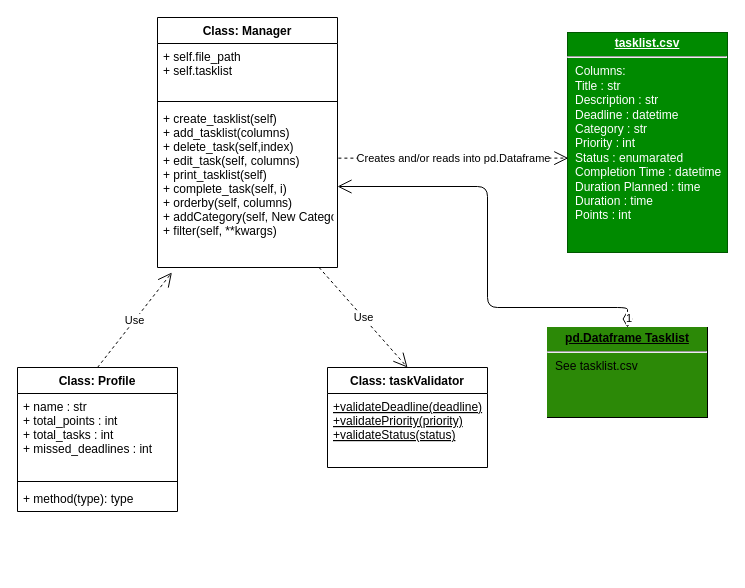
The draw.io diagram UML.drawio in PythonDataScience24/Personal_Task_manager, before the edit. Source tidied: cells renumbered, new cells numbered last; positions are measured from the earlier drawing's top-left corner, leaving out a move shared by most shapes. Both pictures are drawn from the tidied source at 100%, with x=0, y=0 at pixel (17, 17).
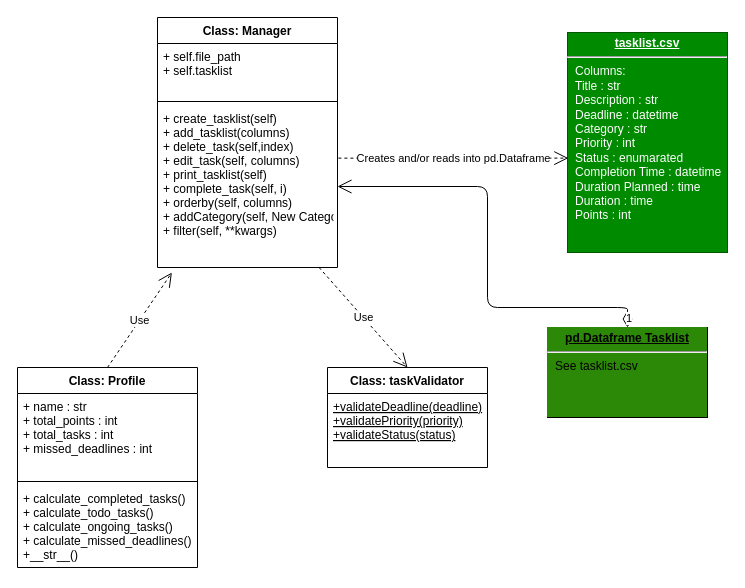
The same diagram, later.

Commit message (it also covers changes not shown here):
new current uml

Diff of the diagram source:
```diff
@@
 <mxGraphModel>
   <root>
     <mxCell id="0" />
     <mxCell id="1" parent="0" />
     <mxCell id="2" value="Class: Manager" style="swimlane;fontStyle=1;align=center;verticalAlign=top;horizontal=1;startSize=26;" parent="1" vertex="1">
       <mxGeometry x="140" width="180" height="250" as="geometry" />
     </mxCell>
     <mxCell id="3" value="+ self.file_path&#10;+ self.tasklist" style="text;strokeColor=none;fillColor=none;align=left;verticalAlign=top;spacingLeft=4;spacingRight=4;overflow=hidden;" parent="2" vertex="1">
       <mxGeometry y="26" width="180" height="54" as="geometry" />
     </mxCell>
     <mxCell id="4" style="line;strokeWidth=1;fillColor=none;align=left;verticalAlign=middle;spacingTop=-1;spacingLeft=3;spacingRight=3;labelPosition=right;strokeColor=inherit;" parent="2" vertex="1">
       <mxGeometry y="80" width="180" height="8" as="geometry" />
     </mxCell>
     <mxCell id="5" value="+ create_tasklist(self)&#10;+ add_tasklist(columns)&#10;+ delete_task(self,index)&#10;+ edit_task(self, columns)&#10;+ print_tasklist(self)&#10;+ complete_task(self, i)&#10;+ orderby(self, columns)&#10;+ addCategory(self, New Category)&#10;+ filter(self, **kwargs)" style="text;align=left;verticalAlign=top;spacingLeft=4;spacingRight=4;overflow=hidden;points=[[0,0.5],[1,0.5]];portConstraint=eastwest;" parent="2" vertex="1">
       <mxGeometry y="88" width="180" height="162" as="geometry" />
     </mxCell>
     <mxCell id="6" value="&lt;p style=&quot;margin:0px;margin-top:4px;text-align:center;text-decoration:underline;&quot;&gt;&lt;b&gt;tasklist.csv&lt;/b&gt;&lt;/p&gt;&lt;hr&gt;&lt;p style=&quot;margin:0px;margin-left:8px;&quot;&gt;Columns:&lt;/p&gt;&lt;p style=&quot;margin:0px;margin-left:8px;&quot;&gt;Title : str&lt;/p&gt;&lt;p style=&quot;margin:0px;margin-left:8px;&quot;&gt;Description : str&lt;/p&gt;&lt;p style=&quot;margin:0px;margin-left:8px;&quot;&gt;Deadline : datetime&lt;/p&gt;&lt;p style=&quot;margin:0px;margin-left:8px;&quot;&gt;Category : str&lt;/p&gt;&lt;p style=&quot;margin:0px;margin-left:8px;&quot;&gt;Priority : int&lt;/p&gt;&lt;p style=&quot;margin:0px;margin-left:8px;&quot;&gt;Status : enumarated&lt;/p&gt;&lt;p style=&quot;margin:0px;margin-left:8px;&quot;&gt;Completion Time : datetime&lt;/p&gt;&lt;p style=&quot;margin:0px;margin-left:8px;&quot;&gt;Duration Planned : time&lt;/p&gt;&lt;p style=&quot;margin:0px;margin-left:8px;&quot;&gt;Duration : time&lt;/p&gt;&lt;p style=&quot;margin:0px;margin-left:8px;&quot;&gt;Points : int&lt;/p&gt;" style="verticalAlign=top;align=left;overflow=fill;fontSize=12;fontFamily=Helvetica;html=1;fillColor=#008a00;fontColor=#ffffff;strokeColor=#005700;" parent="1" vertex="1">
       <mxGeometry x="550" y="15" width="160" height="220" as="geometry" />
     </mxCell>
     <mxCell id="7" value="Creates and/or reads into pd.Dataframe" style="endArrow=open;endSize=12;dashed=1;html=1;fontFamily=Helvetica;exitX=1.005;exitY=0.325;exitDx=0;exitDy=0;exitPerimeter=0;entryX=0.005;entryY=0.571;entryDx=0;entryDy=0;entryPerimeter=0;" parent="1" edge="1" source="5" target="6">
       <mxGeometry relative="1" as="geometry" />
     </mxCell>
     <mxCell id="8" value="&lt;p style=&quot;margin:0px;margin-top:4px;text-align:center;text-decoration:underline;&quot;&gt;&lt;b&gt;pd.Dataframe Tasklist&lt;/b&gt;&lt;/p&gt;&lt;hr&gt;&lt;p style=&quot;margin:0px;margin-left:8px;&quot;&gt;See tasklist.csv&lt;/p&gt;" style="verticalAlign=top;align=left;overflow=fill;fontSize=12;fontFamily=Helvetica;html=1;labelBackgroundColor=#2c8907;" parent="1" vertex="1">
       <mxGeometry x="530" y="310" width="160" height="90" as="geometry" />
     </mxCell>
     <mxCell id="9" value="1" style="endArrow=open;html=1;endSize=12;startArrow=diamondThin;startSize=14;startFill=0;edgeStyle=orthogonalEdgeStyle;align=left;verticalAlign=bottom;fontFamily=Helvetica;exitX=0.5;exitY=0;exitDx=0;exitDy=0;entryX=1;entryY=0.5;entryDx=0;entryDy=0;" parent="1" edge="1" source="8" target="5">
       <mxGeometry x="-1" y="3" relative="1" as="geometry">
         <Array as="points">
           <mxPoint x="610" y="290" />
           <mxPoint x="470" y="290" />
           <mxPoint x="470" y="169" />
         </Array>
       </mxGeometry>
     </mxCell>
     <mxCell id="10" value="Class: taskValidator" style="swimlane;fontStyle=1;align=center;verticalAlign=top;horizontal=1;startSize=26;labelBackgroundColor=none;fontFamily=Helvetica;" parent="1" vertex="1">
       <mxGeometry x="310" y="350" width="160" height="100" as="geometry" />
     </mxCell>
     <mxCell id="11" value="+validateDeadline(deadline)&#10;+validatePriority(priority)&#10;+validateStatus(status)" style="text;strokeColor=none;fillColor=none;align=left;verticalAlign=top;spacingLeft=4;spacingRight=4;overflow=hidden;labelBackgroundColor=none;fontFamily=Helvetica;fontStyle=4;" parent="10" vertex="1">
       <mxGeometry y="26" width="160" height="74" as="geometry" />
     </mxCell>
     <mxCell id="12" value="Use" style="endArrow=open;endSize=12;dashed=1;html=1;fontFamily=Helvetica;entryX=0.5;entryY=0;entryDx=0;entryDy=0;" parent="1" edge="1" source="5" target="10">
       <mxGeometry relative="1" as="geometry" />
     </mxCell>
     <mxCell id="13" value="Class: Profile" style="swimlane;fontStyle=1;align=center;verticalAlign=top;horizontal=1;startSize=26;labelBackgroundColor=none;fontFamily=Helvetica;" parent="1" vertex="1">
-      <mxGeometry y="350" width="160" height="144" as="geometry" />
+      <mxGeometry y="350" width="180" height="200" as="geometry" />
     </mxCell>
     <mxCell id="14" value="+ name : str&#10;+ total_points : int&#10;+ total_tasks : int&#10;+ missed_deadlines : int" style="text;strokeColor=none;fillColor=none;align=left;verticalAlign=top;spacingLeft=4;spacingRight=4;overflow=hidden;labelBackgroundColor=none;fontFamily=Helvetica;" parent="13" vertex="1">
-      <mxGeometry y="26" width="160" height="84" as="geometry" />
+      <mxGeometry y="26" width="180" height="84" as="geometry" />
     </mxCell>
     <mxCell id="15" style="line;strokeWidth=1;fillColor=none;align=left;verticalAlign=middle;spacingTop=-1;spacingLeft=3;spacingRight=3;labelPosition=right;strokeColor=inherit;labelBackgroundColor=none;fontFamily=Helvetica;" parent="13" vertex="1">
-      <mxGeometry y="110" width="160" height="8" as="geometry" />
+      <mxGeometry y="110" width="180" height="8" as="geometry" />
     </mxCell>
-    <mxCell id="16" value="+ method(type): type" style="text;strokeColor=none;fillColor=none;align=left;verticalAlign=top;spacingLeft=4;spacingRight=4;overflow=hidden;labelBackgroundColor=none;fontFamily=Helvetica;" parent="13" vertex="1">
-      <mxGeometry y="118" width="160" height="26" as="geometry" />
+    <mxCell id="16" value="+ calculate_completed_tasks()&#10;+ calculate_todo_tasks()&#10;+ calculate_ongoing_tasks()&#10;+ calculate_missed_deadlines()&#10;+__str__()" style="text;strokeColor=none;fillColor=none;align=left;verticalAlign=top;spacingLeft=4;spacingRight=4;overflow=hidden;labelBackgroundColor=none;fontFamily=Helvetica;" parent="13" vertex="1">
+      <mxGeometry y="118" width="180" height="82" as="geometry" />
     </mxCell>
     <mxCell id="17" value="Use" style="endArrow=open;endSize=12;dashed=1;html=1;fontFamily=Helvetica;entryX=0.08;entryY=1.031;entryDx=0;entryDy=0;exitX=0.5;exitY=0;exitDx=0;exitDy=0;entryPerimeter=0;" parent="1" edge="1" source="13" target="5">
       <mxGeometry relative="1" as="geometry" />
     </mxCell>
   </root>
 </mxGraphModel>
```
